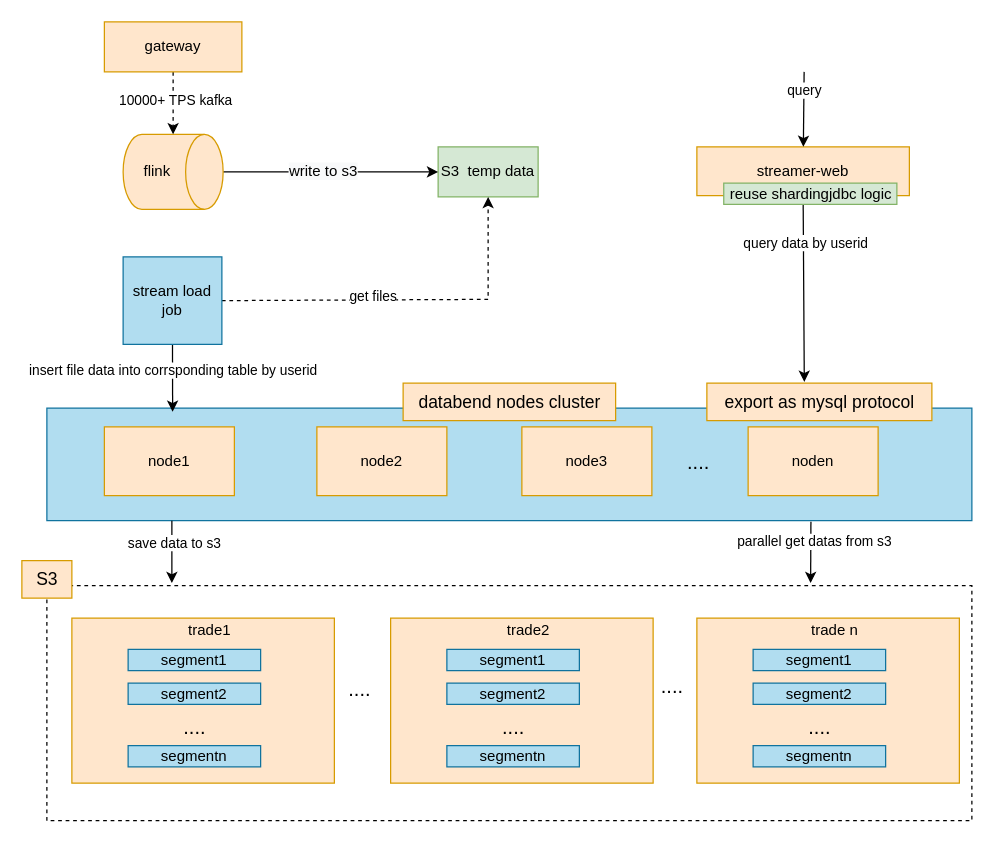
The draw.io diagram page "第 3 页" (3 of 3) of doc/用户行为日志.drawio in jackjoesh/databend, before the edit. Source tidied: cells renumbered, new cells numbered last; positions are measured from the earlier drawing's top-left corner, leaving out a move shared by most shapes. Both pictures are drawn from the tidied source at 125%, with x=0, y=0 at pixel (21, 21).
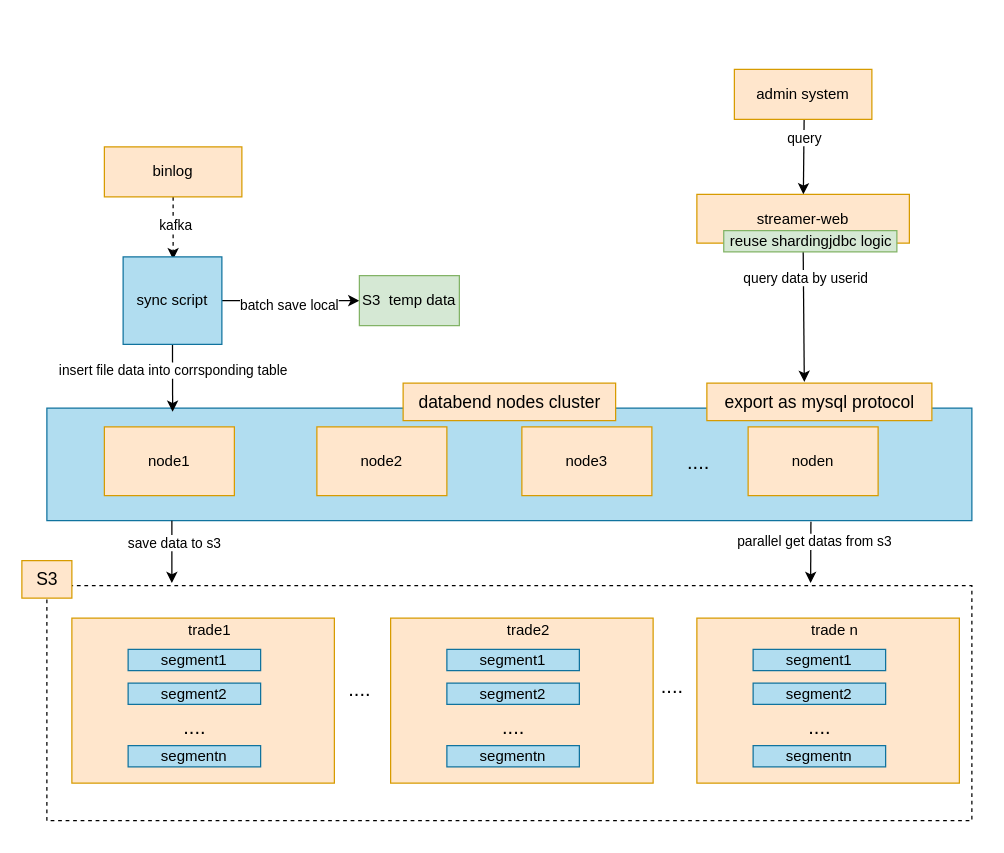
The same page after the edit.

The change refers to these unchanged cells:
```xml
<mxCell id="38" style="edgeStyle=none;rounded=0;jettySize=auto;html=1;exitX=0.5;exitY=1;exitDx=0;exitDy=0;entryX=0.136;entryY=0;entryDx=0;entryDy=0;entryPerimeter=0;" parent="1" edge="1" source="40">
  <mxGeometry relative="1" as="geometry">
    <mxPoint x="120.6" y="312" as="targetPoint" />
  </mxGeometry>
</mxCell>
```

The edit, as a diff of the source:
```diff
@@
-    <mxCell id="4" value="S3&amp;nbsp; temp data" style="rounded=0;whiteSpace=wrap;html=1;fillColor=#d5e8d4;strokeColor=#82b366;" parent="1" vertex="1">
-      <mxGeometry x="333" y="100" width="80" height="40" as="geometry" />
-    </mxCell>
@@
-    <mxCell id="6" style="edgeStyle=none;rounded=0;jettySize=auto;html=1;exitX=0.5;exitY=0;exitDx=0;exitDy=0;exitPerimeter=0;entryX=0;entryY=0.5;entryDx=0;entryDy=0;" parent="1" edge="1" source="8" target="4">
-      <mxGeometry relative="1" as="geometry" />
-    </mxCell>
-    <mxCell id="7" value="&lt;span style=&quot;font-size: 12px; background-color: rgb(248, 249, 250);&quot;&gt;write to s3&lt;br&gt;&lt;/span&gt;" style="edgeLabel;html=1;align=center;verticalAlign=middle;" parent="6" vertex="1">
-      <mxGeometry x="0.38" y="1" relative="1" as="geometry">
-        <mxPoint x="-40" as="offset" />
-      </mxGeometry>
-    </mxCell>
-    <mxCell id="8" value="flink" style="shape=cylinder3;whiteSpace=wrap;html=1;boundedLbl=1;backgroundOutline=1;size=15;direction=south;fillColor=#ffe6cc;strokeColor=#d79b00;" parent="1" vertex="1">
-      <mxGeometry x="81" y="90" width="80" height="60" as="geometry" />
-    </mxCell>
-    <mxCell id="9" style="edgeStyle=none;rounded=0;jettySize=auto;html=1;exitX=0.5;exitY=1;exitDx=0;exitDy=0;dashed=1;" parent="1" edge="1" source="11" target="8">
-      <mxGeometry relative="1" as="geometry" />
+    <mxCell id="9" style="edgeStyle=none;rounded=0;jettySize=auto;html=1;exitX=0.5;exitY=1;exitDx=0;exitDy=0;dashed=1;" parent="1" edge="1" source="11">
+      <mxGeometry relative="1" as="geometry">
+        <mxPoint x="121" y="190" as="targetPoint" />
+      </mxGeometry>
     </mxCell>
-    <mxCell id="10" value="10000+ TPS kafka" style="edgeLabel;html=1;align=center;verticalAlign=middle;" parent="9" vertex="1">
+    <mxCell id="10" value="kafka" style="edgeLabel;html=1;align=center;verticalAlign=middle;" parent="9" vertex="1">
       <mxGeometry x="-0.12" y="1" relative="1" as="geometry" />
     </mxCell>
-    <mxCell id="11" value="gateway" style="rounded=0;whiteSpace=wrap;html=1;fillColor=#ffe6cc;strokeColor=#d79b00;" parent="1" vertex="1">
-      <mxGeometry x="66" width="110" height="40" as="geometry" />
+    <mxCell id="11" value="binlog" style="rounded=0;whiteSpace=wrap;html=1;fillColor=#ffe6cc;strokeColor=#d79b00;" parent="1" vertex="1">
+      <mxGeometry x="66" y="100" width="110" height="40" as="geometry" />
     </mxCell>
     <mxCell id="12" value="streamer-web" style="rounded=0;whiteSpace=wrap;html=1;fillColor=#ffe6cc;strokeColor=#d79b00;" parent="1" vertex="1">
-      <mxGeometry x="540" y="100" width="170" height="39" as="geometry" />
+      <mxGeometry x="540" y="138" width="170" height="39" as="geometry" />
     </mxCell>
     <mxCell id="13" style="edgeStyle=none;rounded=0;jettySize=auto;html=1;" parent="1" edge="1" target="12">
       <mxGeometry relative="1" as="geometry">
-        <mxPoint x="625.8" y="40" as="sourcePoint" />
+        <mxPoint x="625.8" y="78" as="sourcePoint" />
       </mxGeometry>
     </mxCell>
@@
-    <mxCell id="36" style="edgeStyle=none;rounded=0;jettySize=auto;html=1;exitX=1;exitY=0.5;exitDx=0;exitDy=0;entryX=0.5;entryY=1;entryDx=0;entryDy=0;dashed=1;" parent="1" edge="1" source="40" target="4">
-      <mxGeometry relative="1" as="geometry">
-        <Array as="points">
-          <mxPoint x="373" y="222" />
-        </Array>
-      </mxGeometry>
-    </mxCell>
-    <mxCell id="37" value="get files" style="edgeLabel;html=1;align=center;verticalAlign=middle;" parent="36" vertex="1">
-      <mxGeometry x="-0.18" y="3" relative="1" as="geometry" />
-    </mxCell>
@@
-    <mxCell id="39" value="insert file data into corrsponding table by userid" style="edgeLabel;html=1;align=center;verticalAlign=middle;" parent="38" vertex="1">
+    <mxCell id="39" value="insert file data into corrsponding table" style="edgeLabel;html=1;align=center;verticalAlign=middle;" parent="38" vertex="1">
       <mxGeometry x="-0.23" relative="1" as="geometry" />
     </mxCell>
+    <mxCell id="36" style="edgeStyle=orthogonalEdgeStyle;rounded=0;jettySize=auto;html=1;exitX=1;exitY=0.5;exitDx=0;exitDy=0;entryX=0;entryY=0.5;entryDx=0;entryDy=0;" parent="1" edge="1" source="40" target="4">
+      <mxGeometry relative="1" as="geometry" />
+    </mxCell>
+    <mxCell id="56" value="batch save local" style="edgeLabel;html=1;align=center;verticalAlign=middle;" parent="36" vertex="1">
+      <mxGeometry x="-0.04" y="-3" relative="1" as="geometry" />
+    </mxCell>
-    <mxCell id="40" value="stream load job" style="rounded=0;whiteSpace=wrap;html=1;fillColor=#b1ddf0;strokeColor=#10739e;" parent="1" vertex="1">
+    <mxCell id="40" value="sync script" style="rounded=0;whiteSpace=wrap;html=1;fillColor=#b1ddf0;strokeColor=#10739e;" parent="1" vertex="1">
       <mxGeometry x="81" y="188" width="79" height="70" as="geometry" />
     </mxCell>
@@
     <mxCell id="55" value="reuse shardingjdbc logic" style="rounded=0;whiteSpace=wrap;html=1;fillColor=#d5e8d4;strokeColor=#82b366;" parent="1" vertex="1">
-      <mxGeometry x="561.5" y="129" width="138.5" height="17" as="geometry" />
+      <mxGeometry x="561.5" y="167" width="138.5" height="17" as="geometry" />
     </mxCell>
+    <mxCell id="57" value="admin system" style="rounded=0;whiteSpace=wrap;html=1;fillColor=#ffe6cc;strokeColor=#d79b00;" parent="1" vertex="1">
+      <mxGeometry x="570" y="38" width="110" height="40" as="geometry" />
+    </mxCell>
+    <mxCell id="4" value="S3&amp;nbsp; temp data" style="rounded=0;whiteSpace=wrap;html=1;fillColor=#d5e8d4;strokeColor=#82b366;" parent="1" vertex="1">
+      <mxGeometry x="270" y="203" width="80" height="40" as="geometry" />
+    </mxCell>
```
